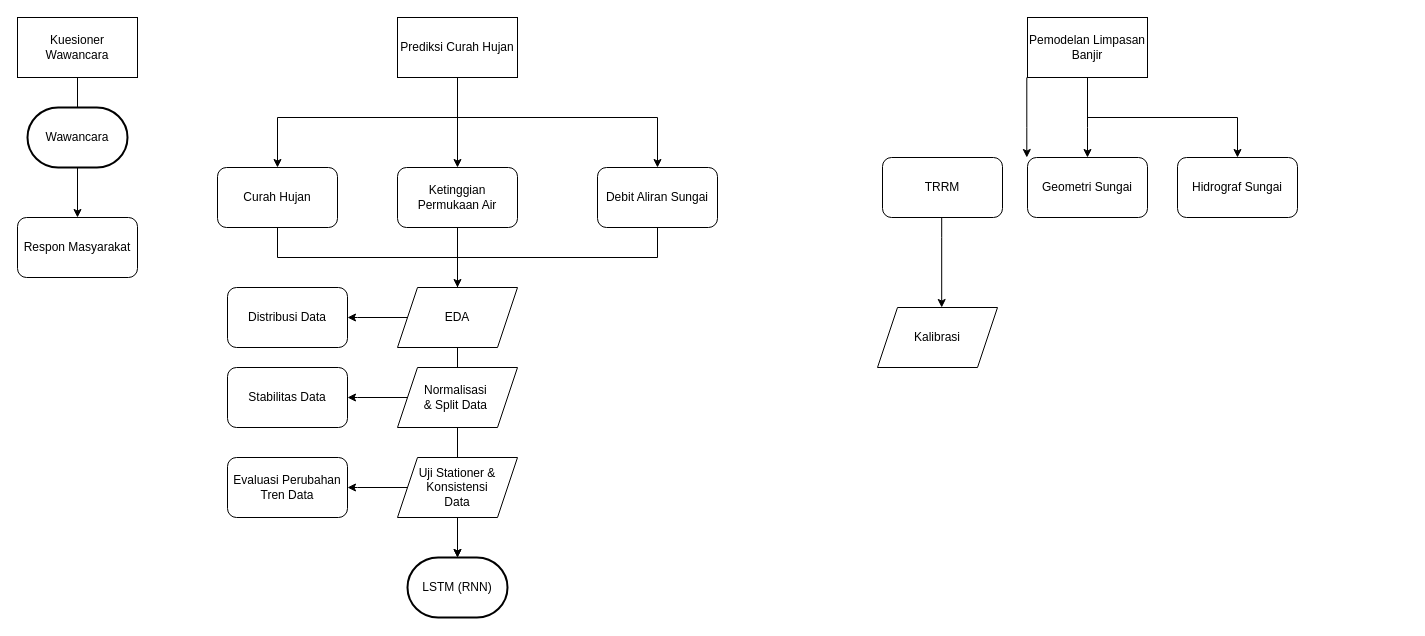
Above: Cara Kerja Penelitian.drawio in famowoiii/envimos_sensot (draw.io), before the change. Source tidied: cells renumbered, new cells numbered last; positions are measured from the earlier drawing's top-left corner, leaving out a move shared by most shapes. Both pictures are drawn from the tidied source at 100%, with x=0, y=0 at pixel (17, 17).
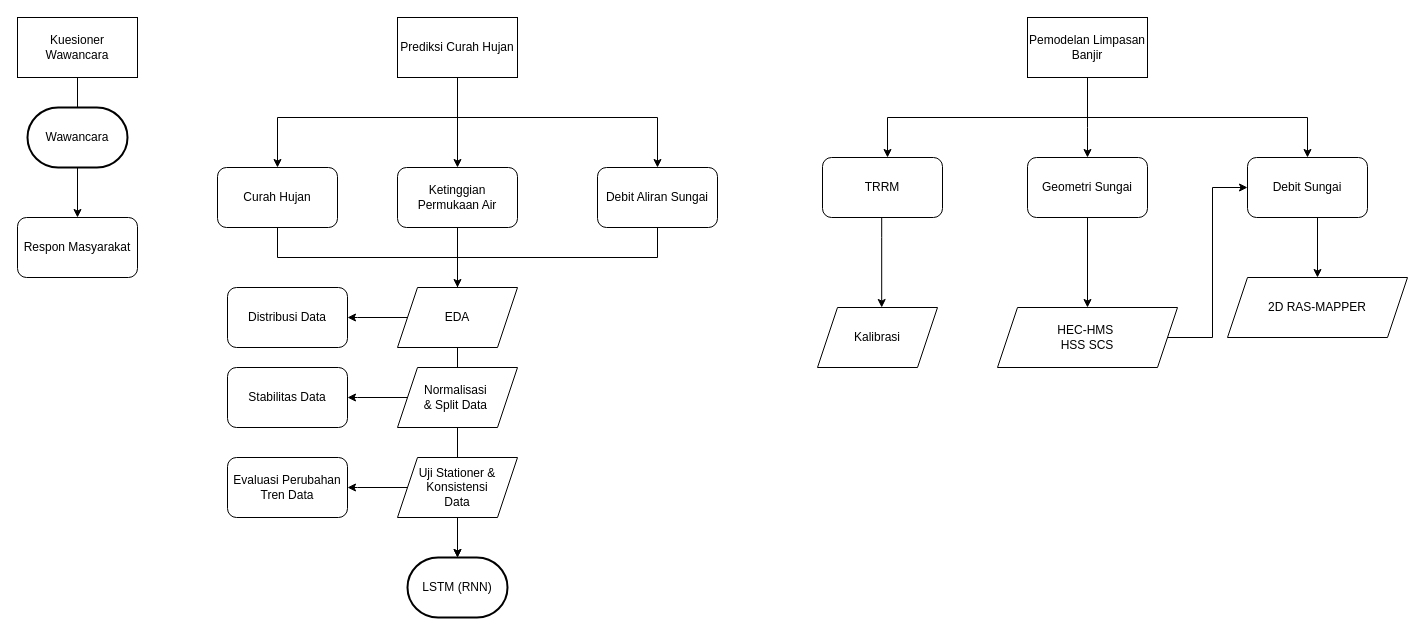
The same diagram, later.

Unchanged cells that the change refers to:
```xml
<mxCell id="14" value="Geometri Sungai" style="rounded=1;whiteSpace=wrap;html=1;" parent="1" vertex="1">
  <mxGeometry x="1010" y="140" width="120" height="60" as="geometry" />
</mxCell>
<mxCell id="20" value="Pemodelan Limpasan Banjir" style="rounded=0;whiteSpace=wrap;html=1;" parent="1" vertex="1">
  <mxGeometry x="1010" width="120" height="60" as="geometry" />
</mxCell>
```

Diff of the diagram source:
```diff
@@
     <mxCell id="6" value="TRRM" style="rounded=1;whiteSpace=wrap;html=1;" parent="1" vertex="1">
-      <mxGeometry x="865" y="140" width="120" height="60" as="geometry" />
+      <mxGeometry x="805" y="140" width="120" height="60" as="geometry" />
     </mxCell>
@@
-    <mxCell id="15" value="Hidrograf Sungai" style="rounded=1;whiteSpace=wrap;html=1;" parent="1" vertex="1">
-      <mxGeometry x="1160" y="140" width="120" height="60" as="geometry" />
+    <mxCell id="15" value="Debit Sungai" style="rounded=1;whiteSpace=wrap;html=1;" parent="1" vertex="1">
+      <mxGeometry x="1230" y="140" width="120" height="60" as="geometry" />
     </mxCell>
@@
     <mxCell id="21" value="Kalibrasi" style="shape=parallelogram;perimeter=parallelogramPerimeter;whiteSpace=wrap;html=1;fixedSize=1;" parent="1" vertex="1">
-      <mxGeometry x="860" y="290" width="120" height="60" as="geometry" />
+      <mxGeometry x="800" y="290" width="120" height="60" as="geometry" />
     </mxCell>
     <mxCell id="22" style="edgeStyle=orthogonalEdgeStyle;rounded=0;orthogonalLoop=1;jettySize=auto;html=1;entryX=0.5;entryY=0;entryDx=0;entryDy=0;exitX=0.5;exitY=1;exitDx=0;exitDy=0;" parent="1" edge="1">
       <mxGeometry relative="1" as="geometry">
-        <mxPoint x="924.2" y="200" as="sourcePoint" />
-        <mxPoint x="924.2" y="290" as="targetPoint" />
+        <mxPoint x="864.2" y="200" as="sourcePoint" />
+        <mxPoint x="864.2" y="290" as="targetPoint" />
         <Array as="points">
-          <mxPoint x="924.2" y="220" />
-          <mxPoint x="924.2" y="220" />
+          <mxPoint x="864.2" y="220" />
+          <mxPoint x="864.2" y="220" />
         </Array>
       </mxGeometry>
     </mxCell>
@@
     <mxCell id="32" style="edgeStyle=orthogonalEdgeStyle;rounded=0;jettySize=auto;html=1;entryX=0.5;entryY=0;entryDx=0;entryDy=0;exitX=0.5;exitY=1;exitDx=0;exitDy=0;" parent="1" edge="1" source="20" target="15">
       <mxGeometry relative="1" as="geometry">
         <Array as="points">
           <mxPoint x="1070" y="100" />
-          <mxPoint x="1220" y="100" />
+          <mxPoint x="1290" y="100" />
         </Array>
       </mxGeometry>
     </mxCell>
@@
-    <mxCell id="34" style="edgeStyle=orthogonalEdgeStyle;rounded=0;orthogonalLoop=1;jettySize=auto;html=1;entryX=0.5;entryY=0;entryDx=0;entryDy=0;" parent="1" edge="1">
+    <mxCell id="34" style="edgeStyle=orthogonalEdgeStyle;rounded=0;jettySize=auto;html=1;entryX=0.542;entryY=0;entryDx=0;entryDy=0;exitX=0.5;exitY=1;exitDx=0;exitDy=0;entryPerimeter=0;" parent="1" edge="1" source="20" target="6">
       <mxGeometry relative="1" as="geometry">
-        <mxPoint x="1009.3" y="60" as="sourcePoint" />
-        <mxPoint x="1009.3" y="140" as="targetPoint" />
         <Array as="points">
-          <mxPoint x="1009.3" y="110" />
-          <mxPoint x="1009.3" y="110" />
+          <mxPoint x="1070" y="100" />
+          <mxPoint x="870" y="100" />
         </Array>
       </mxGeometry>
     </mxCell>
+    <mxCell id="35" style="edgeStyle=orthogonalEdgeStyle;rounded=0;jettySize=auto;html=1;exitX=0.5;exitY=1;exitDx=0;exitDy=0;entryX=0.5;entryY=0;entryDx=0;entryDy=0;" parent="1" edge="1" source="14" target="36">
+      <mxGeometry relative="1" as="geometry" />
+    </mxCell>
+    <mxCell id="36" value="HEC-HMS&amp;nbsp;&lt;div&gt;HSS SCS&lt;/div&gt;" style="shape=parallelogram;perimeter=parallelogramPerimeter;whiteSpace=wrap;html=1;fixedSize=1;" parent="1" vertex="1">
+      <mxGeometry x="980" y="290" width="180" height="60" as="geometry" />
+    </mxCell>
+    <mxCell id="37" style="edgeStyle=orthogonalEdgeStyle;rounded=0;jettySize=auto;html=1;exitX=1;exitY=0.5;exitDx=0;exitDy=0;entryX=0;entryY=0.5;entryDx=0;entryDy=0;" parent="1" edge="1" source="36" target="15">
+      <mxGeometry relative="1" as="geometry" />
+    </mxCell>
+    <mxCell id="38" value="2D RAS-MAPPER" style="shape=parallelogram;perimeter=parallelogramPerimeter;whiteSpace=wrap;html=1;fixedSize=1;" parent="1" vertex="1">
+      <mxGeometry x="1210" y="260" width="180" height="60" as="geometry" />
+    </mxCell>
+    <mxCell id="39" style="edgeStyle=orthogonalEdgeStyle;rounded=0;jettySize=auto;html=1;exitX=0.5;exitY=1;exitDx=0;exitDy=0;entryX=0.5;entryY=0;entryDx=0;entryDy=0;" parent="1" edge="1" source="15" target="38">
+      <mxGeometry relative="1" as="geometry">
+        <Array as="points">
+          <mxPoint x="1300" y="200" />
+        </Array>
+      </mxGeometry>
+    </mxCell>
```
